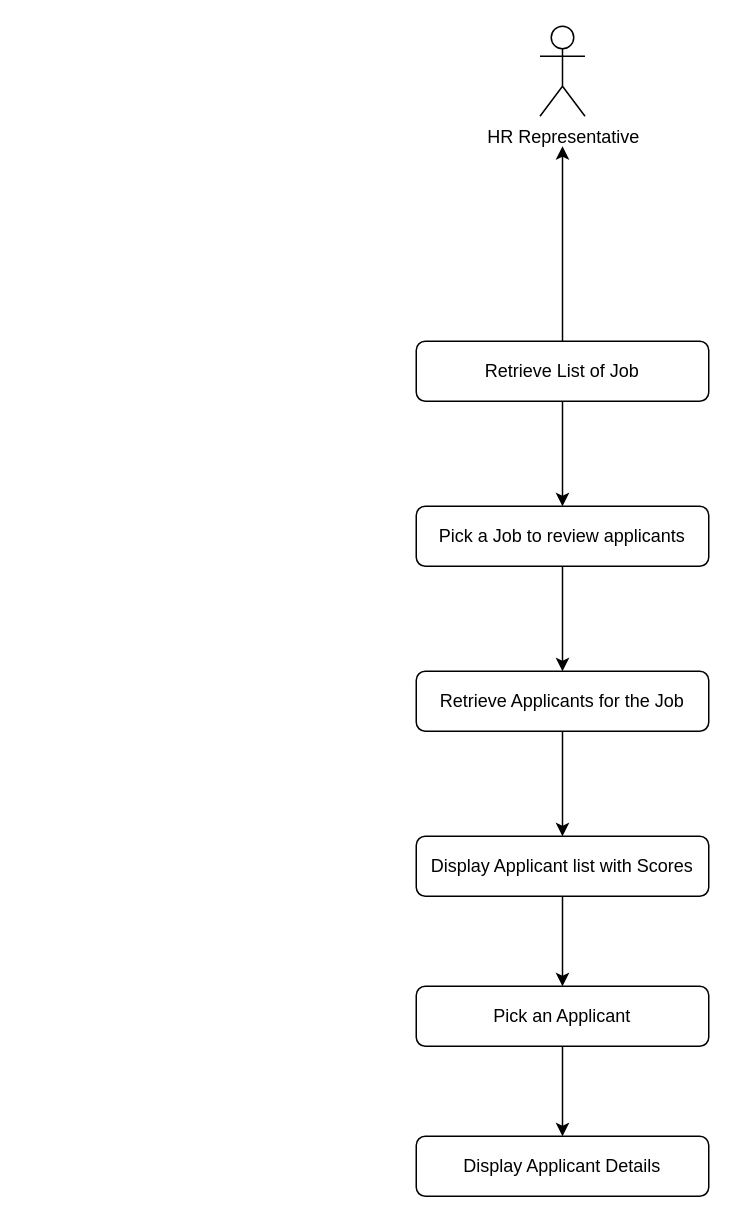
The draw.io diagram page "HR Representative Flow" (3 of 3) of FinalProject/AIT-590 Architecture Diagram.drawio in fernakano/gmu-ait-590, before the edit. Source tidied: cells renumbered, new cells numbered last; positions are measured from the earlier drawing's top-left corner, leaving out a move shared by most shapes. Both pictures are drawn from the tidied source at 150%, with x=0, y=0 at pixel (416, 26).
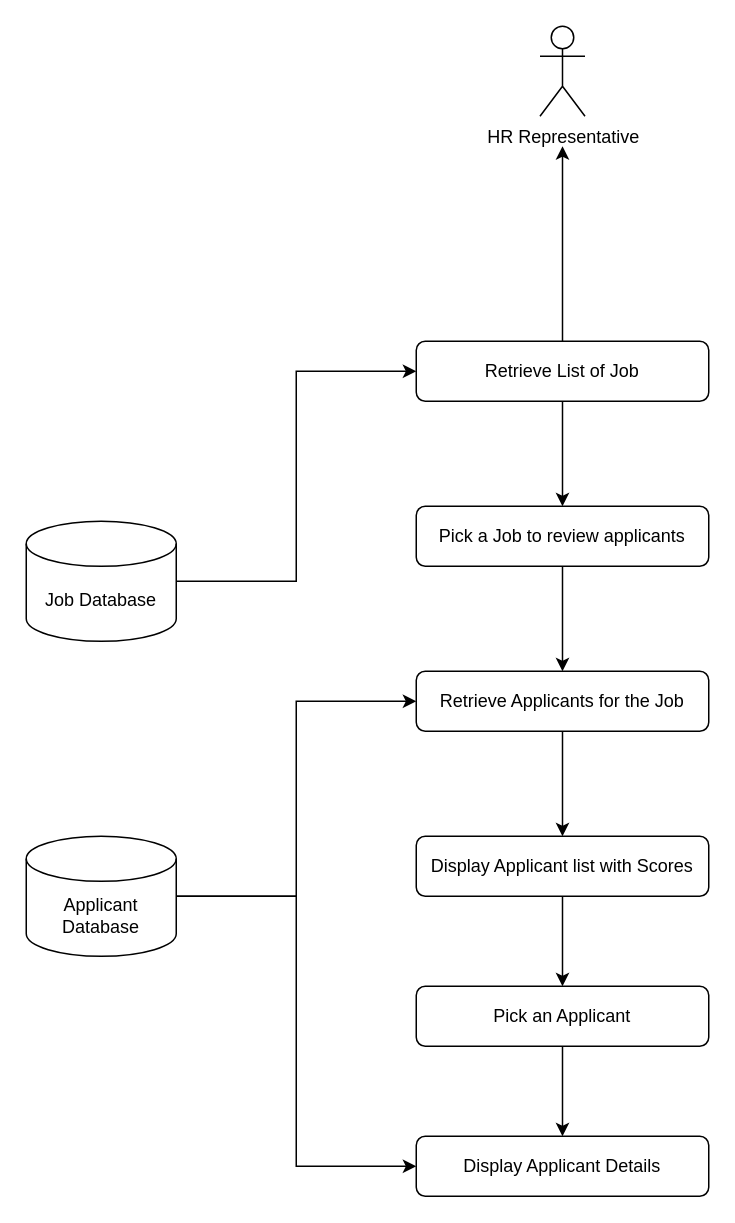
Above is the later version.

Unchanged cells that the change refers to:
```xml
<mxCell id="5" value="Retrieve List of Job" style="rounded=1;whiteSpace=wrap;html=1;" parent="1" vertex="1">
  <mxGeometry y="210" width="195" height="40" as="geometry" />
</mxCell>
<mxCell id="9" value="Retrieve Applicants for the Job" style="rounded=1;whiteSpace=wrap;html=1;" parent="1" vertex="1">
  <mxGeometry y="430" width="195" height="40" as="geometry" />
</mxCell>
<mxCell id="14" value="Display Applicant Details" style="rounded=1;whiteSpace=wrap;html=1;" parent="1" vertex="1">
  <mxGeometry y="740" width="195" height="40" as="geometry" />
</mxCell>
```

Diff of the diagram source:
```diff
@@
+    <mxCell id="15" style="edgeStyle=orthogonalEdgeStyle;rounded=0;jettySize=auto;html=1;entryX=0;entryY=0.5;entryDx=0;entryDy=0;" parent="1" edge="1" source="17" target="9">
+      <mxGeometry relative="1" as="geometry" />
+    </mxCell>
+    <mxCell id="16" style="edgeStyle=orthogonalEdgeStyle;rounded=0;jettySize=auto;html=1;entryX=0;entryY=0.5;entryDx=0;entryDy=0;" parent="1" edge="1" source="17" target="14">
+      <mxGeometry relative="1" as="geometry" />
+    </mxCell>
+    <mxCell id="17" value="Applicant Database" style="shape=cylinder3;whiteSpace=wrap;html=1;boundedLbl=1;backgroundOutline=1;size=15;" parent="1" vertex="1">
+      <mxGeometry x="-260" y="540" width="100" height="80" as="geometry" />
+    </mxCell>
+    <mxCell id="18" style="edgeStyle=orthogonalEdgeStyle;rounded=0;jettySize=auto;html=1;entryX=0;entryY=0.5;entryDx=0;entryDy=0;" parent="1" edge="1" source="19" target="5">
+      <mxGeometry relative="1" as="geometry" />
+    </mxCell>
+    <mxCell id="19" value="Job Database" style="shape=cylinder3;whiteSpace=wrap;html=1;boundedLbl=1;backgroundOutline=1;size=15;" parent="1" vertex="1">
+      <mxGeometry x="-260" y="330" width="100" height="80" as="geometry" />
+    </mxCell>
```
